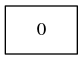
The Graphviz diagram dotG/test0/f=0.dot.png in fangbq/SFDD, before a commit. Its source is kept beside it as dotG/test0/f=0.dot. The source it was exported from:
```dot
digraph G {
	0 [shape=record, label="0"]
}
```
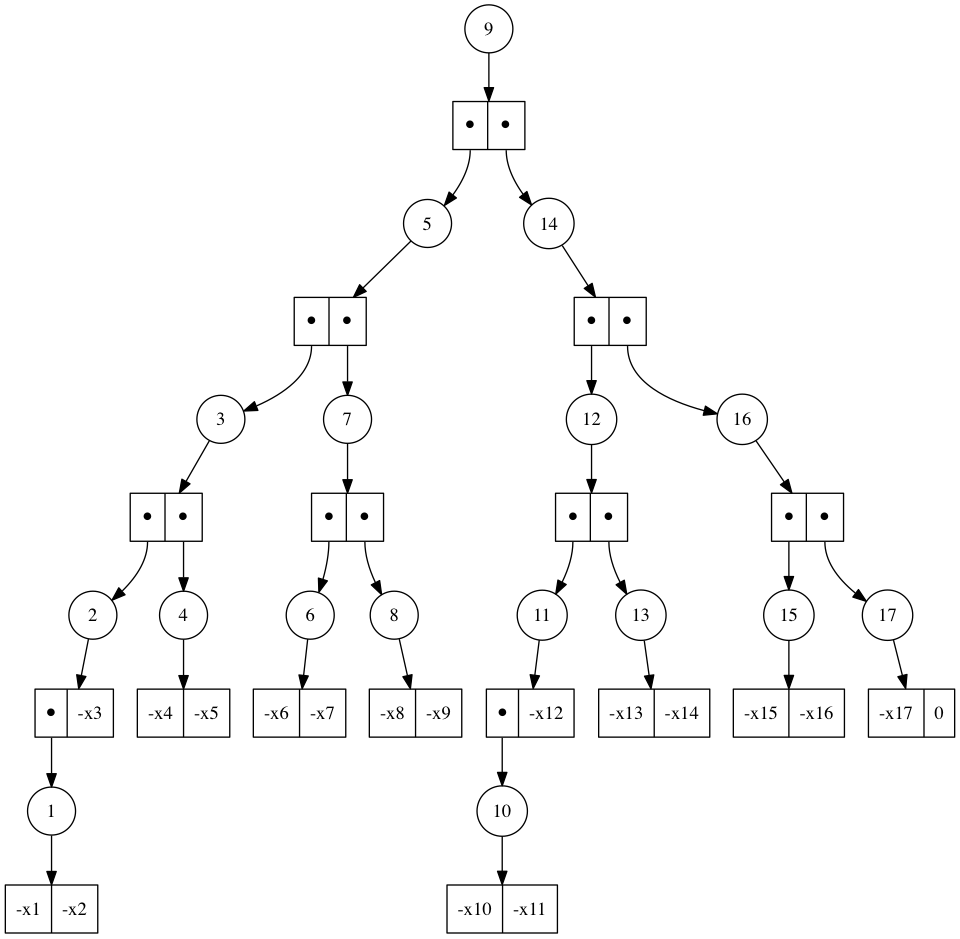
The same file after the commit.

What changed in the source:
```diff
@@ -1,3 +1,69 @@
 digraph G {
-	0 [shape=record, label="0"]
+	Dec_0_1 [shape=circle, label="9"]
+	Dec_0_1 -> Ele_1_1
+	Ele_1_1 [shape=record,label="<f0> ●|<f1> ●"]
+	Ele_1_1:f0 -> Dec_2_1
+	Dec_2_1 [shape=circle, label="5"]
+	Dec_2_1 -> Ele_3_1
+	Ele_3_1 [shape=record,label="<f0> ●|<f1> ●"]
+	Ele_3_1:f0 -> Dec_4_1
+	Dec_4_1 [shape=circle, label="3"]
+	Dec_4_1 -> Ele_5_1
+	Ele_5_1 [shape=record,label="<f0> ●|<f1> ●"]
+	Ele_5_1:f0 -> Dec_6_1
+	Dec_6_1 [shape=circle, label="2"]
+	Dec_6_1 -> Ele_7_1
+	Ele_7_1 [shape=record,label="<f0> ●|<f1> -x3"]
+	Ele_7_1:f0 -> Dec_8_1
+	Dec_8_1 [shape=circle, label="1"]
+	Dec_8_1 -> Ele_9_1
+	Ele_9_1 [shape=record,label="<f0> -x1|<f1> -x2"]
+	Ele_5_1:f1 -> Dec_6_2
+	Dec_6_2 [shape=circle, label="4"]
+	Dec_6_2 -> Ele_7_2
+	Ele_7_2 [shape=record,label="<f0> -x4|<f1> -x5"]
+	Ele_3_1:f1 -> Dec_4_2
+	Dec_4_2 [shape=circle, label="7"]
+	Dec_4_2 -> Ele_5_2
+	Ele_5_2 [shape=record,label="<f0> ●|<f1> ●"]
+	Ele_5_2:f0 -> Dec_6_3
+	Dec_6_3 [shape=circle, label="6"]
+	Dec_6_3 -> Ele_7_3
+	Ele_7_3 [shape=record,label="<f0> -x6|<f1> -x7"]
+	Ele_5_2:f1 -> Dec_6_4
+	Dec_6_4 [shape=circle, label="8"]
+	Dec_6_4 -> Ele_7_4
+	Ele_7_4 [shape=record,label="<f0> -x8|<f1> -x9"]
+	Ele_1_1:f1 -> Dec_2_2
+	Dec_2_2 [shape=circle, label="14"]
+	Dec_2_2 -> Ele_3_2
+	Ele_3_2 [shape=record,label="<f0> ●|<f1> ●"]
+	Ele_3_2:f0 -> Dec_4_3
+	Dec_4_3 [shape=circle, label="12"]
+	Dec_4_3 -> Ele_5_3
+	Ele_5_3 [shape=record,label="<f0> ●|<f1> ●"]
+	Ele_5_3:f0 -> Dec_6_5
+	Dec_6_5 [shape=circle, label="11"]
+	Dec_6_5 -> Ele_7_5
+	Ele_7_5 [shape=record,label="<f0> ●|<f1> -x12"]
+	Ele_7_5:f0 -> Dec_8_2
+	Dec_8_2 [shape=circle, label="10"]
+	Dec_8_2 -> Ele_9_2
+	Ele_9_2 [shape=record,label="<f0> -x10|<f1> -x11"]
+	Ele_5_3:f1 -> Dec_6_6
+	Dec_6_6 [shape=circle, label="13"]
+	Dec_6_6 -> Ele_7_6
+	Ele_7_6 [shape=record,label="<f0> -x13|<f1> -x14"]
+	Ele_3_2:f1 -> Dec_4_4
+	Dec_4_4 [shape=circle, label="16"]
+	Dec_4_4 -> Ele_5_4
+	Ele_5_4 [shape=record,label="<f0> ●|<f1> ●"]
+	Ele_5_4:f0 -> Dec_6_7
+	Dec_6_7 [shape=circle, label="15"]
+	Dec_6_7 -> Ele_7_7
+	Ele_7_7 [shape=record,label="<f0> -x15|<f1> -x16"]
+	Ele_5_4:f1 -> Dec_6_8
+	Dec_6_8 [shape=circle, label="17"]
+	Dec_6_8 -> Ele_7_8
+	Ele_7_8 [shape=record,label="<f0> -x17|<f1> 0"]
 }
```
